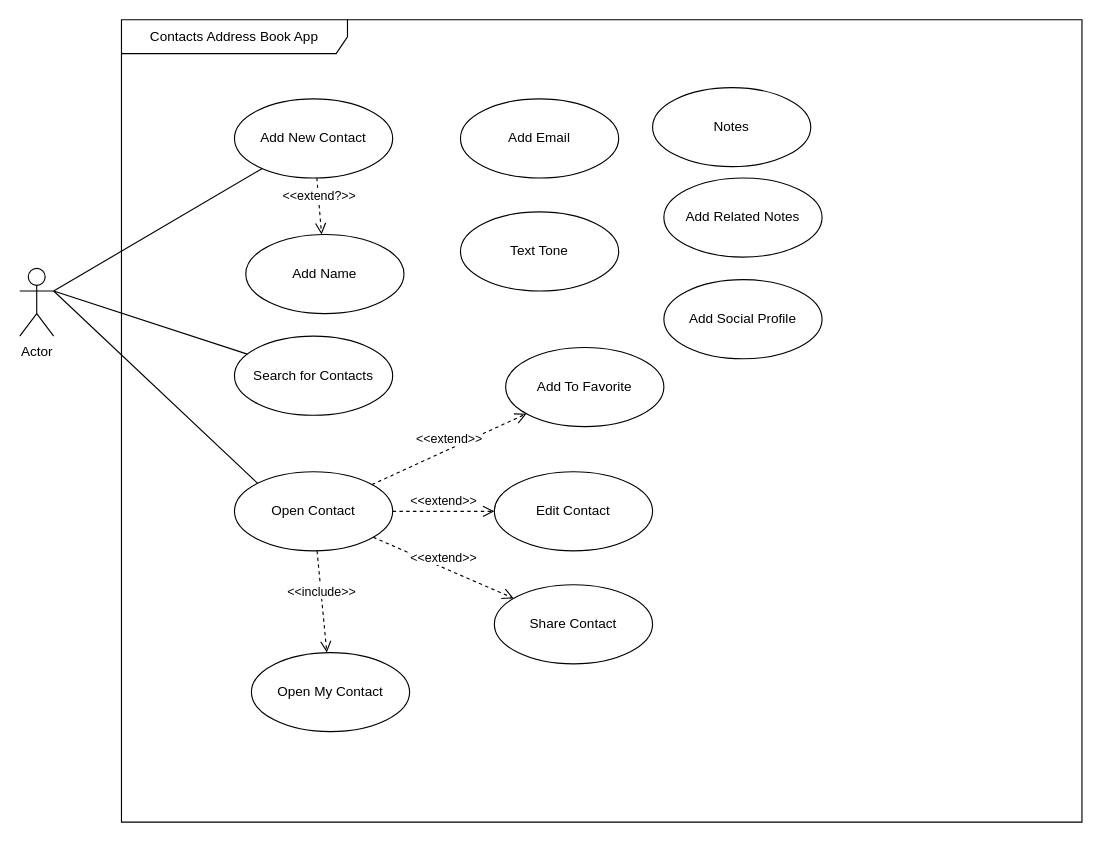
BlakeHan01/Contacts-Address-Book-Use-Case-Diagram keeps this draw.io diagram as OOP.drawio. Above is the earlier version. Source tidied: cells renumbered, new cells numbered last; positions are measured from the earlier drawing's top-left corner, leaving out a move shared by most shapes. Both pictures are drawn from the tidied source at 113%, with x=0, y=0 at pixel (19, 19).
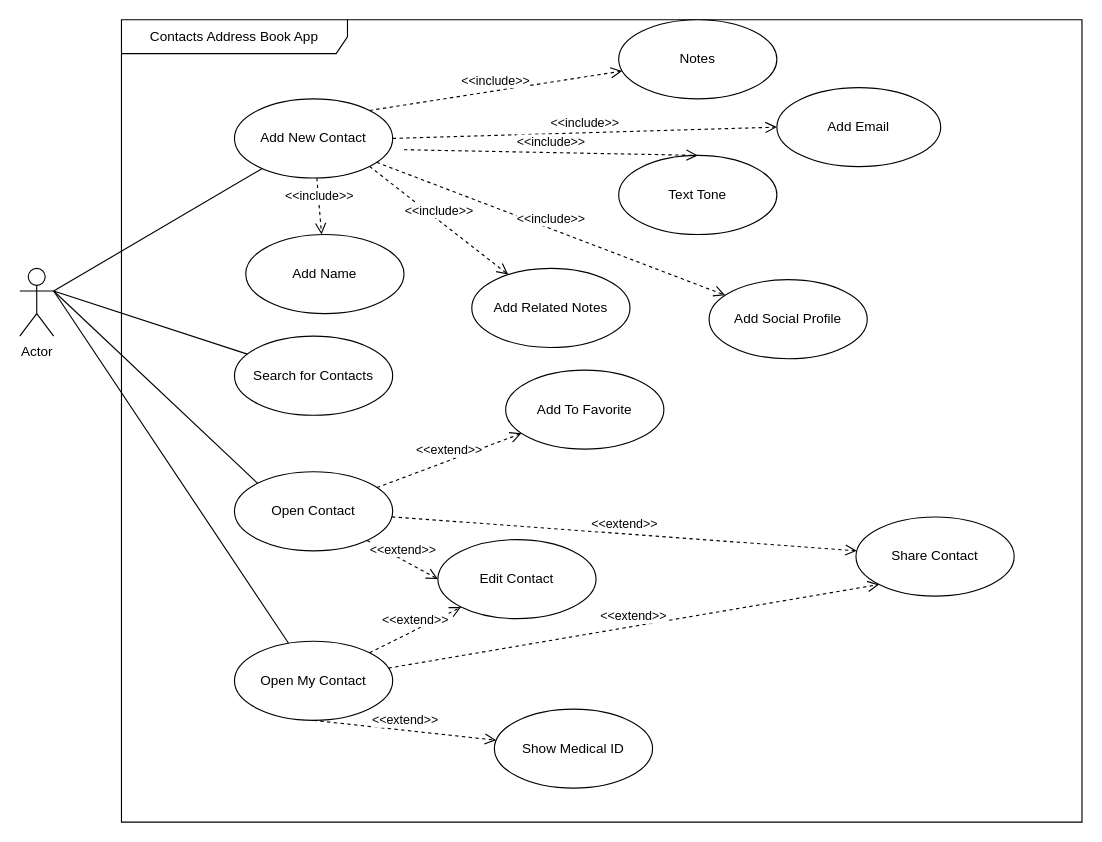
The same diagram, later.

The change refers to these unchanged cells:
```xml
<mxCell id="2" value="Actor" style="shape=umlActor;verticalLabelPosition=bottom;verticalAlign=top;html=1;outlineConnect=0;" parent="1" vertex="1">
  <mxGeometry y="220" width="30" height="60" as="geometry" />
</mxCell>
<mxCell id="4" value="Add New Contact" style="ellipse;whiteSpace=wrap;html=1;" parent="1" vertex="1">
  <mxGeometry x="190" y="70" width="140" height="70" as="geometry" />
</mxCell>
<mxCell id="5" value="Add Name" style="ellipse;whiteSpace=wrap;html=1;" parent="1" vertex="1">
  <mxGeometry x="200" y="190" width="140" height="70" as="geometry" />
</mxCell>
<mxCell id="9" value="Open Contact" style="ellipse;whiteSpace=wrap;html=1;" parent="1" vertex="1">
  <mxGeometry x="190" y="400" width="140" height="70" as="geometry" />
</mxCell>
```

Change to the diagram source:
```diff
@@
     <mxCell id="7" value="Add Email" style="ellipse;whiteSpace=wrap;html=1;" parent="1" vertex="1">
-      <mxGeometry x="390" y="70" width="140" height="70" as="geometry" />
+      <mxGeometry x="670" y="60" width="145" height="70" as="geometry" />
     </mxCell>
     <mxCell id="8" value="Text Tone" style="ellipse;whiteSpace=wrap;html=1;" parent="1" vertex="1">
-      <mxGeometry x="390" y="170" width="140" height="70" as="geometry" />
+      <mxGeometry x="530" y="120" width="140" height="70" as="geometry" />
     </mxCell>
@@
     <mxCell id="10" value="Add To Favorite" style="ellipse;whiteSpace=wrap;html=1;" parent="1" vertex="1">
-      <mxGeometry x="430" y="290" width="140" height="70" as="geometry" />
+      <mxGeometry x="430" y="310" width="140" height="70" as="geometry" />
     </mxCell>
     <mxCell id="11" value="Edit Contact" style="ellipse;whiteSpace=wrap;html=1;" parent="1" vertex="1">
-      <mxGeometry x="420" y="400" width="140" height="70" as="geometry" />
+      <mxGeometry x="370" y="460" width="140" height="70" as="geometry" />
     </mxCell>
     <mxCell id="12" value="Add Social Profile" style="ellipse;whiteSpace=wrap;html=1;" parent="1" vertex="1">
-      <mxGeometry x="570" y="230" width="140" height="70" as="geometry" />
+      <mxGeometry x="610" y="230" width="140" height="70" as="geometry" />
     </mxCell>
     <mxCell id="13" value="Share Contact" style="ellipse;whiteSpace=wrap;html=1;" parent="1" vertex="1">
-      <mxGeometry x="420" y="500" width="140" height="70" as="geometry" />
+      <mxGeometry x="740" y="440" width="140" height="70" as="geometry" />
     </mxCell>
     <mxCell id="14" value="Notes" style="ellipse;whiteSpace=wrap;html=1;" parent="1" vertex="1">
-      <mxGeometry x="560" y="60" width="140" height="70" as="geometry" />
+      <mxGeometry x="530" width="140" height="70" as="geometry" />
     </mxCell>
     <mxCell id="15" value="Add Related Notes" style="ellipse;whiteSpace=wrap;html=1;" parent="1" vertex="1">
-      <mxGeometry x="570" y="140" width="140" height="70" as="geometry" />
+      <mxGeometry x="400" y="220" width="140" height="70" as="geometry" />
     </mxCell>
@@
     <mxCell id="22" value="Open My Contact" style="ellipse;whiteSpace=wrap;html=1;" parent="1" vertex="1">
-      <mxGeometry x="205" y="560" width="140" height="70" as="geometry" />
+      <mxGeometry x="190" y="550" width="140" height="70" as="geometry" />
     </mxCell>
+    <mxCell id="24" value="&amp;lt;&amp;lt;include&amp;gt;&amp;gt;" style="html=1;verticalAlign=bottom;endArrow=open;dashed=1;endSize=8;rounded=0;" parent="1" edge="1" source="4" target="5">
+      <mxGeometry relative="1" as="geometry" />
+    </mxCell>
+    <mxCell id="25" value="&amp;lt;&amp;lt;include&amp;gt;&amp;gt;" style="html=1;verticalAlign=bottom;endArrow=open;dashed=1;endSize=8;rounded=0;entryX=0;entryY=0.5;entryDx=0;entryDy=0;exitX=1;exitY=0.5;exitDx=0;exitDy=0;" parent="1" edge="1" source="4" target="7">
+      <mxGeometry relative="1" as="geometry" />
+    </mxCell>
+    <mxCell id="26" value="&amp;lt;&amp;lt;include&amp;gt;&amp;gt;" style="html=1;verticalAlign=bottom;endArrow=open;dashed=1;endSize=8;rounded=0;entryX=0.5;entryY=0;entryDx=0;entryDy=0;exitX=1;exitY=0.5;exitDx=0;exitDy=0;" parent="1" edge="1" target="8">
+      <mxGeometry relative="1" as="geometry">
+        <mxPoint x="340" y="115" as="sourcePoint" />
+      </mxGeometry>
+    </mxCell>
+    <mxCell id="27" value="&amp;lt;&amp;lt;include&amp;gt;&amp;gt;" style="html=1;verticalAlign=bottom;endArrow=open;dashed=1;endSize=8;rounded=0;exitX=1;exitY=0;exitDx=0;exitDy=0;" parent="1" edge="1" source="4" target="14">
+      <mxGeometry relative="1" as="geometry" />
+    </mxCell>
+    <mxCell id="28" value="&amp;lt;&amp;lt;include&amp;gt;&amp;gt;" style="html=1;verticalAlign=bottom;endArrow=open;dashed=1;endSize=8;rounded=0;exitX=1;exitY=1;exitDx=0;exitDy=0;" parent="1" edge="1" source="4" target="15">
+      <mxGeometry relative="1" as="geometry" />
+    </mxCell>
-    <mxCell id="23" value="&amp;lt;&amp;lt;include&amp;gt;&amp;gt;" style="html=1;verticalAlign=bottom;endArrow=open;dashed=1;endSize=8;rounded=0;" parent="1" edge="1" source="9" target="22">
+    <mxCell id="23" value="&amp;lt;&amp;lt;include&amp;gt;&amp;gt;" style="html=1;verticalAlign=bottom;endArrow=open;dashed=1;endSize=8;rounded=0;" parent="1" edge="1" source="4" target="12">
       <mxGeometry relative="1" as="geometry" />
     </mxCell>
-    <mxCell id="24" value="&amp;lt;&amp;lt;extend?&amp;gt;&amp;gt;" style="html=1;verticalAlign=bottom;endArrow=open;dashed=1;endSize=8;rounded=0;" parent="1" edge="1" source="4" target="5">
-      <mxGeometry relative="1" as="geometry" />
-    </mxCell>
+    <mxCell id="29" style="endArrow=none;html=1;rounded=0;exitX=1;exitY=0.3333333333333333;exitDx=0;exitDy=0;exitPerimeter=0;" parent="1" edge="1" source="2" target="22">
+      <mxGeometry relative="1" as="geometry" />
+    </mxCell>
+    <mxCell id="30" value="&amp;lt;&amp;lt;extend&amp;gt;&amp;gt;" style="html=1;verticalAlign=bottom;endArrow=open;dashed=1;endSize=8;rounded=0;" parent="1" edge="1" source="22" target="11">
+      <mxGeometry relative="1" as="geometry" />
+    </mxCell>
+    <mxCell id="31" value="&amp;lt;&amp;lt;extend&amp;gt;&amp;gt;" style="html=1;verticalAlign=bottom;endArrow=open;dashed=1;endSize=8;rounded=0;entryX=0;entryY=1;entryDx=0;entryDy=0;" parent="1" edge="1" source="22" target="13">
+      <mxGeometry relative="1" as="geometry" />
+    </mxCell>
+    <mxCell id="32" value="&amp;lt;&amp;lt;extend&amp;gt;&amp;gt;" style="html=1;verticalAlign=bottom;endArrow=open;dashed=1;endSize=8;rounded=0;exitX=0.5;exitY=1;exitDx=0;exitDy=0;" parent="1" edge="1" source="22" target="33">
+      <mxGeometry relative="1" as="geometry" />
+    </mxCell>
+    <mxCell id="33" value="Show Medical ID" style="ellipse;whiteSpace=wrap;html=1;" parent="1" vertex="1">
+      <mxGeometry x="420" y="610" width="140" height="70" as="geometry" />
+    </mxCell>
```
